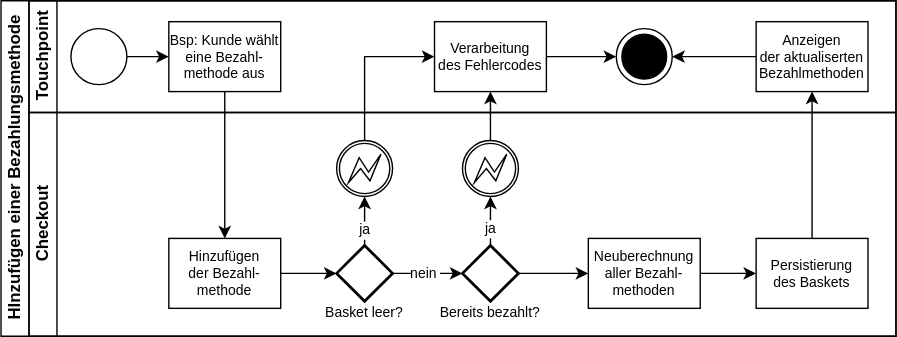
This is svg/SL PutBezahlmethode.svg from Thalmaier/bachelor-thesis, a draw.io export, as it was before one commit. Source tidied: cells renumbered, new cells last; positions are measured from the earlier drawing's top-left corner, leaving out a move shared by most shapes.
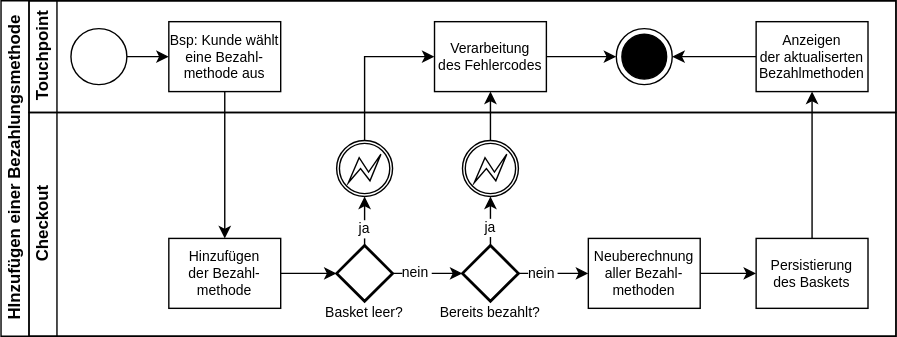
The same file after the commit.

Change to the diagram source:
```diff
@@ -63,7 +63,7 @@
     </mxCell>
     <mxCell id="21" value="nein" style="edgeLabel;align=center;verticalAlign=middle;fontSize=10;fontColor=#000000;labelBackgroundColor=#FFFFFF;" parent="20" vertex="1">
       <mxGeometry x="-0.26" relative="1" as="geometry">
-        <mxPoint x="3" y="-1" as="offset" />
+        <mxPoint x="-2" y="-1" as="offset" />
       </mxGeometry>
     </mxCell>
     <mxCell id="22" style="strokeWidth=2;html=1;shape=mxgraph.flowchart.decision;whiteSpace=wrap;fontSize=10;fontColor=#000000;fillColor=#FFFFFF;strokeColor=#000000;" parent="12" vertex="1">
@@ -83,6 +83,9 @@
     <mxCell id="26" style="edgeStyle=orthogonalEdgeStyle;rounded=0;jettySize=auto;html=1;entryX=0;entryY=0.5;entryDx=0;entryDy=0;fontSize=11;fontColor=#000000;strokeColor=#000000;" parent="12" edge="1" source="27" target="17">
       <mxGeometry relative="1" as="geometry" />
     </mxCell>
+    <mxCell id="35" value="nein" style="edgeLabel;align=center;verticalAlign=middle;fontSize=10;fontColor=#000000;labelBackgroundColor=#FFFFFF;" parent="26" vertex="1">
+      <mxGeometry x="-0.33" relative="1" as="geometry" />
+    </mxCell>
     <mxCell id="27" style="strokeWidth=2;html=1;shape=mxgraph.flowchart.decision;whiteSpace=wrap;fontSize=10;fontColor=#000000;fillColor=#FFFFFF;strokeColor=#000000;" parent="12" vertex="1">
       <mxGeometry x="310" y="95" width="40" height="40" as="geometry" />
     </mxCell>
```
